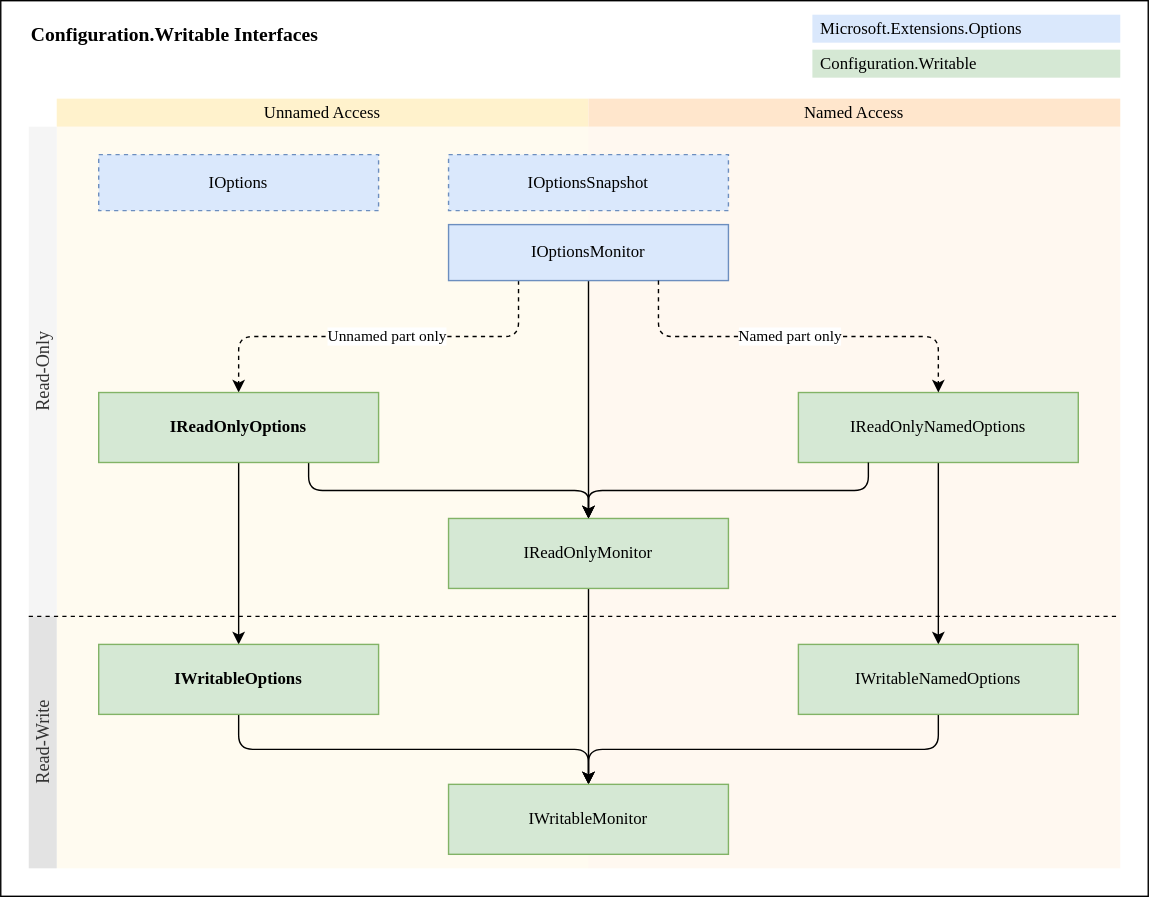
arika0093/Configuration.Writable keeps this draw.io diagram as assets/interfaces.drawio.svg. Above is the earlier version. Source tidied: cells renumbered, new cells last; positions are measured from the earlier drawing's top-left corner, leaving out a move shared by most shapes.
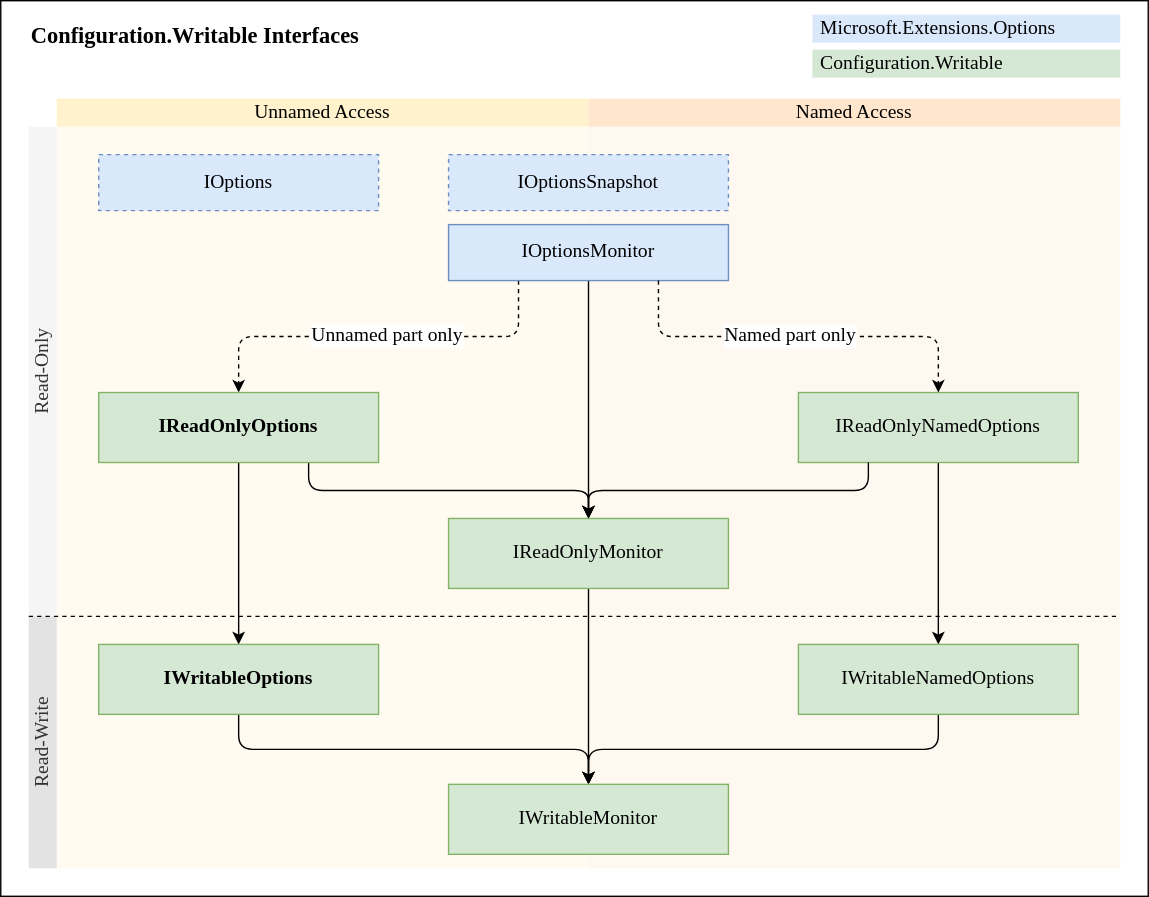
The same file after the commit.

Commit message:
Update README and SVG diagram for improved clarity and styling

- Changed image syntax in README.md for the interfaces diagram to use <img> tag with specified width.
- Updated the interfaces.drawio.svg file to enhance text readability by increasing font sizes for various elements.
- Adjusted text positioning in the SVG to maintain alignment after font size changes.

The edit, as a diff of the source:
```diff
@@ -13,16 +13,16 @@
       <mxGeometry x="420" y="90" width="380" height="530" as="geometry" />
     </mxCell>
     <mxCell id="6" value="名称未設定レイヤ" parent="0" />
-    <mxCell id="7" value="IOptions" style="rounded=0;whiteSpace=wrap;html=1;fillColor=#dae8fc;strokeColor=#6c8ebf;fontFamily=Verdana;dashed=1;" parent="6" vertex="1">
+    <mxCell id="7" value="IOptions" style="rounded=0;whiteSpace=wrap;html=1;fillColor=#dae8fc;strokeColor=#6c8ebf;fontFamily=Verdana;dashed=1;fontSize=14;" parent="6" vertex="1">
       <mxGeometry x="70" y="110" width="200" height="40" as="geometry" />
     </mxCell>
-    <mxCell id="8" value="IOptionsSnapshot" style="rounded=0;whiteSpace=wrap;html=1;fillColor=#dae8fc;strokeColor=#6c8ebf;fontFamily=Verdana;dashed=1;" parent="6" vertex="1">
+    <mxCell id="8" value="IOptionsSnapshot" style="rounded=0;whiteSpace=wrap;html=1;fillColor=#dae8fc;strokeColor=#6c8ebf;fontFamily=Verdana;dashed=1;fontSize=14;" parent="6" vertex="1">
       <mxGeometry x="320" y="110" width="200" height="40" as="geometry" />
     </mxCell>
-    <mxCell id="9" style="edgeStyle=none;html=1;exitX=0.5;exitY=1;exitDx=0;exitDy=0;entryX=0.5;entryY=0;entryDx=0;entryDy=0;fontFamily=Verdana;" parent="6" edge="1" source="11" target="22">
+    <mxCell id="9" style="edgeStyle=none;html=1;exitX=0.5;exitY=1;exitDx=0;exitDy=0;entryX=0.5;entryY=0;entryDx=0;entryDy=0;fontFamily=Verdana;fontSize=14;" parent="6" edge="1" source="11" target="22">
       <mxGeometry relative="1" as="geometry" />
     </mxCell>
-    <mxCell id="10" value="&lt;span&gt;Unnamed part only&lt;/span&gt;" style="edgeStyle=orthogonalEdgeStyle;html=1;exitX=0.25;exitY=1;exitDx=0;exitDy=0;entryX=0.5;entryY=0;entryDx=0;entryDy=0;dashed=1;fontFamily=Verdana;" parent="6" edge="1" source="11" target="14">
+    <mxCell id="10" value="&lt;span&gt;Unnamed part only&lt;/span&gt;" style="edgeStyle=orthogonalEdgeStyle;html=1;exitX=0.25;exitY=1;exitDx=0;exitDy=0;entryX=0.5;entryY=0;entryDx=0;entryDy=0;dashed=1;fontFamily=Verdana;fontSize=14;" parent="6" edge="1" source="11" target="14">
       <mxGeometry x="-0.04" relative="1" as="geometry">
         <Array as="points">
           <mxPoint x="370" y="240" />
@@ -30,46 +30,46 @@
         </Array>
       </mxGeometry>
     </mxCell>
-    <mxCell id="11" value="IOptionsMonitor" style="rounded=0;whiteSpace=wrap;html=1;fillColor=#dae8fc;strokeColor=#6c8ebf;fontFamily=Verdana;" parent="6" vertex="1">
+    <mxCell id="11" value="IOptionsMonitor" style="rounded=0;whiteSpace=wrap;html=1;fillColor=#dae8fc;strokeColor=#6c8ebf;fontFamily=Verdana;fontSize=14;" parent="6" vertex="1">
       <mxGeometry x="320" y="160" width="200" height="40" as="geometry" />
     </mxCell>
-    <mxCell id="12" style="edgeStyle=none;html=1;exitX=0.5;exitY=1;exitDx=0;exitDy=0;entryX=0.5;entryY=0;entryDx=0;entryDy=0;fontFamily=Verdana;" parent="6" edge="1" source="14" target="18">
+    <mxCell id="12" style="edgeStyle=none;html=1;exitX=0.5;exitY=1;exitDx=0;exitDy=0;entryX=0.5;entryY=0;entryDx=0;entryDy=0;fontFamily=Verdana;fontSize=14;" parent="6" edge="1" source="14" target="18">
       <mxGeometry relative="1" as="geometry" />
     </mxCell>
-    <mxCell id="13" style="edgeStyle=orthogonalEdgeStyle;html=1;exitX=0.75;exitY=1;exitDx=0;exitDy=0;entryX=0.5;entryY=0;entryDx=0;entryDy=0;fontFamily=Verdana;" parent="6" edge="1" source="14" target="22">
+    <mxCell id="13" style="edgeStyle=orthogonalEdgeStyle;html=1;exitX=0.75;exitY=1;exitDx=0;exitDy=0;entryX=0.5;entryY=0;entryDx=0;entryDy=0;fontFamily=Verdana;fontSize=14;" parent="6" edge="1" source="14" target="22">
       <mxGeometry relative="1" as="geometry" />
     </mxCell>
-    <mxCell id="14" value="IReadOnlyOptions" style="rounded=0;whiteSpace=wrap;html=1;fillColor=#d5e8d4;strokeColor=#82b366;fontFamily=Verdana;fontStyle=1;" parent="6" vertex="1">
+    <mxCell id="14" value="IReadOnlyOptions" style="rounded=0;whiteSpace=wrap;html=1;fillColor=#d5e8d4;strokeColor=#82b366;fontFamily=Verdana;fontStyle=1;fontSize=14;" parent="6" vertex="1">
       <mxGeometry x="70" y="280" width="200" height="50" as="geometry" />
     </mxCell>
-    <mxCell id="15" style="edgeStyle=none;html=1;exitX=0.5;exitY=1;exitDx=0;exitDy=0;entryX=0.5;entryY=0;entryDx=0;entryDy=0;fontFamily=Verdana;" parent="6" edge="1" source="16" target="20">
+    <mxCell id="15" style="edgeStyle=none;html=1;exitX=0.5;exitY=1;exitDx=0;exitDy=0;entryX=0.5;entryY=0;entryDx=0;entryDy=0;fontFamily=Verdana;fontSize=14;" parent="6" edge="1" source="16" target="20">
       <mxGeometry relative="1" as="geometry" />
     </mxCell>
-    <mxCell id="16" value="IReadOnlyNamedOptions" style="rounded=0;whiteSpace=wrap;html=1;fillColor=#d5e8d4;strokeColor=#82b366;fontFamily=Verdana;" parent="6" vertex="1">
+    <mxCell id="16" value="IReadOnlyNamedOptions" style="rounded=0;whiteSpace=wrap;html=1;fillColor=#d5e8d4;strokeColor=#82b366;fontFamily=Verdana;fontSize=14;" parent="6" vertex="1">
       <mxGeometry x="570" y="280" width="200" height="50" as="geometry" />
     </mxCell>
-    <mxCell id="17" style="edgeStyle=orthogonalEdgeStyle;html=1;exitX=0.5;exitY=1;exitDx=0;exitDy=0;entryX=0.5;entryY=0;entryDx=0;entryDy=0;fontFamily=Verdana;" parent="6" edge="1" source="18" target="23">
+    <mxCell id="17" style="edgeStyle=orthogonalEdgeStyle;html=1;exitX=0.5;exitY=1;exitDx=0;exitDy=0;entryX=0.5;entryY=0;entryDx=0;entryDy=0;fontFamily=Verdana;fontSize=14;" parent="6" edge="1" source="18" target="23">
       <mxGeometry relative="1" as="geometry" />
     </mxCell>
-    <mxCell id="18" value="IWritableOptions" style="rounded=0;whiteSpace=wrap;html=1;fillColor=#d5e8d4;strokeColor=#82b366;fontFamily=Verdana;fontStyle=1;" parent="6" vertex="1">
+    <mxCell id="18" value="IWritableOptions" style="rounded=0;whiteSpace=wrap;html=1;fillColor=#d5e8d4;strokeColor=#82b366;fontFamily=Verdana;fontStyle=1;fontSize=14;" parent="6" vertex="1">
       <mxGeometry x="70" y="460" width="200" height="50" as="geometry" />
     </mxCell>
-    <mxCell id="19" style="edgeStyle=orthogonalEdgeStyle;html=1;exitX=0.5;exitY=1;exitDx=0;exitDy=0;entryX=0.5;entryY=0;entryDx=0;entryDy=0;fontFamily=Verdana;" parent="6" edge="1" source="20" target="23">
+    <mxCell id="19" style="edgeStyle=orthogonalEdgeStyle;html=1;exitX=0.5;exitY=1;exitDx=0;exitDy=0;entryX=0.5;entryY=0;entryDx=0;entryDy=0;fontFamily=Verdana;fontSize=14;" parent="6" edge="1" source="20" target="23">
       <mxGeometry relative="1" as="geometry" />
     </mxCell>
-    <mxCell id="20" value="IWritableNamedOptions" style="rounded=0;whiteSpace=wrap;html=1;fillColor=#d5e8d4;strokeColor=#82b366;fontFamily=Verdana;" parent="6" vertex="1">
+    <mxCell id="20" value="IWritableNamedOptions" style="rounded=0;whiteSpace=wrap;html=1;fillColor=#d5e8d4;strokeColor=#82b366;fontFamily=Verdana;fontSize=14;" parent="6" vertex="1">
       <mxGeometry x="570" y="460" width="200" height="50" as="geometry" />
     </mxCell>
-    <mxCell id="21" style="edgeStyle=none;html=1;exitX=0.5;exitY=1;exitDx=0;exitDy=0;entryX=0.5;entryY=0;entryDx=0;entryDy=0;fontFamily=Verdana;" parent="6" edge="1" source="22" target="23">
+    <mxCell id="21" style="edgeStyle=none;html=1;exitX=0.5;exitY=1;exitDx=0;exitDy=0;entryX=0.5;entryY=0;entryDx=0;entryDy=0;fontFamily=Verdana;fontSize=14;" parent="6" edge="1" source="22" target="23">
       <mxGeometry relative="1" as="geometry" />
     </mxCell>
-    <mxCell id="22" value="IReadOnlyMonitor" style="rounded=0;whiteSpace=wrap;html=1;fillColor=#d5e8d4;strokeColor=#82b366;fontFamily=Verdana;" parent="6" vertex="1">
+    <mxCell id="22" value="IReadOnlyMonitor" style="rounded=0;whiteSpace=wrap;html=1;fillColor=#d5e8d4;strokeColor=#82b366;fontFamily=Verdana;fontSize=14;" parent="6" vertex="1">
       <mxGeometry x="320" y="370" width="200" height="50" as="geometry" />
     </mxCell>
-    <mxCell id="23" value="IWritableMonitor" style="rounded=0;whiteSpace=wrap;html=1;fillColor=#d5e8d4;strokeColor=#82b366;fontFamily=Verdana;" parent="6" vertex="1">
+    <mxCell id="23" value="IWritableMonitor" style="rounded=0;whiteSpace=wrap;html=1;fillColor=#d5e8d4;strokeColor=#82b366;fontFamily=Verdana;fontSize=14;" parent="6" vertex="1">
       <mxGeometry x="320" y="560" width="200" height="50" as="geometry" />
     </mxCell>
-    <mxCell id="24" value="&lt;span&gt;Named part only&lt;/span&gt;" style="edgeStyle=orthogonalEdgeStyle;html=1;exitX=0.75;exitY=1;exitDx=0;exitDy=0;entryX=0.5;entryY=0;entryDx=0;entryDy=0;dashed=1;fontFamily=Verdana;" parent="6" edge="1" source="11" target="16">
+    <mxCell id="24" value="&lt;span&gt;Named part only&lt;/span&gt;" style="edgeStyle=orthogonalEdgeStyle;html=1;exitX=0.75;exitY=1;exitDx=0;exitDy=0;entryX=0.5;entryY=0;entryDx=0;entryDy=0;dashed=1;fontFamily=Verdana;fontSize=14;" parent="6" edge="1" source="11" target="16">
       <mxGeometry x="-0.04" relative="1" as="geometry">
         <Array as="points">
           <mxPoint x="470" y="240" />
@@ -77,31 +77,31 @@
         </Array>
       </mxGeometry>
     </mxCell>
-    <mxCell id="25" style="edgeStyle=orthogonalEdgeStyle;html=1;exitX=0.25;exitY=1;exitDx=0;exitDy=0;entryX=0.5;entryY=0;entryDx=0;entryDy=0;fontFamily=Verdana;" parent="6" edge="1" source="16" target="22">
+    <mxCell id="25" style="edgeStyle=orthogonalEdgeStyle;html=1;exitX=0.25;exitY=1;exitDx=0;exitDy=0;entryX=0.5;entryY=0;entryDx=0;entryDy=0;fontFamily=Verdana;fontSize=14;" parent="6" edge="1" source="16" target="22">
       <mxGeometry relative="1" as="geometry" />
     </mxCell>
-    <mxCell id="26" value="Configuration.Writable Interfaces" style="text;html=1;align=left;verticalAlign=middle;whiteSpace=wrap;rounded=0;fontFamily=Verdana;fontSize=14;fontStyle=1;" parent="6" vertex="1">
+    <mxCell id="26" value="Configuration.Writable Interfaces" style="text;html=1;align=left;verticalAlign=middle;whiteSpace=wrap;rounded=0;fontFamily=Verdana;fontSize=16;fontStyle=1;" parent="6" vertex="1">
       <mxGeometry x="20" y="10" width="400" height="30" as="geometry" />
     </mxCell>
-    <mxCell id="27" value="Unnamed Access" style="text;html=1;align=center;verticalAlign=middle;whiteSpace=wrap;rounded=0;fontFamily=Verdana;fillColor=#fff2cc;strokeColor=none;" parent="6" vertex="1">
+    <mxCell id="27" value="Unnamed Access" style="text;html=1;align=center;verticalAlign=middle;whiteSpace=wrap;rounded=0;fontFamily=Verdana;fillColor=#fff2cc;strokeColor=none;fontSize=14;" parent="6" vertex="1">
       <mxGeometry x="40" y="70" width="380" height="20" as="geometry" />
     </mxCell>
-    <mxCell id="28" value="Named Access" style="text;html=1;align=center;verticalAlign=middle;whiteSpace=wrap;rounded=0;fontFamily=Verdana;fillColor=#ffe6cc;strokeColor=none;" parent="6" vertex="1">
+    <mxCell id="28" value="Named Access" style="text;html=1;align=center;verticalAlign=middle;whiteSpace=wrap;rounded=0;fontFamily=Verdana;fillColor=#ffe6cc;strokeColor=none;fontSize=14;" parent="6" vertex="1">
       <mxGeometry x="420" y="70" width="380" height="20" as="geometry" />
     </mxCell>
-    <mxCell id="29" value="Microsoft.Extensions.Options" style="text;html=1;align=left;verticalAlign=middle;whiteSpace=wrap;rounded=0;fontFamily=Verdana;fillColor=#dae8fc;strokeColor=none;spacingLeft=4;" parent="6" vertex="1">
+    <mxCell id="29" value="Microsoft.Extensions.Options" style="text;html=1;align=left;verticalAlign=middle;whiteSpace=wrap;rounded=0;fontFamily=Verdana;fillColor=#dae8fc;strokeColor=none;spacingLeft=4;fontSize=14;" parent="6" vertex="1">
       <mxGeometry x="580" y="10" width="220" height="20" as="geometry" />
     </mxCell>
-    <mxCell id="30" value="Configuration.Writable" style="text;html=1;align=left;verticalAlign=middle;whiteSpace=wrap;rounded=0;fontFamily=Verdana;fillColor=#d5e8d4;strokeColor=none;spacingLeft=4;" parent="6" vertex="1">
+    <mxCell id="30" value="Configuration.Writable" style="text;html=1;align=left;verticalAlign=middle;whiteSpace=wrap;rounded=0;fontFamily=Verdana;fillColor=#d5e8d4;strokeColor=none;spacingLeft=4;fontSize=14;" parent="6" vertex="1">
       <mxGeometry x="580" y="35" width="220" height="20" as="geometry" />
     </mxCell>
-    <mxCell id="31" value="Read-Only" style="text;html=1;align=center;verticalAlign=middle;whiteSpace=wrap;rounded=0;fontFamily=Verdana;fillColor=#f5f5f5;strokeColor=none;horizontal=0;fontStyle=0;fontColor=#333333;fontSize=13;" parent="6" vertex="1">
+    <mxCell id="31" value="Read-Only" style="text;html=1;align=center;verticalAlign=middle;whiteSpace=wrap;rounded=0;fontFamily=Verdana;fillColor=#f5f5f5;strokeColor=none;horizontal=0;fontStyle=0;fontColor=#333333;fontSize=14;" parent="6" vertex="1">
       <mxGeometry x="20" y="90" width="20" height="350" as="geometry" />
     </mxCell>
-    <mxCell id="32" value="Read-Write" style="text;html=1;align=center;verticalAlign=middle;whiteSpace=wrap;rounded=0;fontFamily=Verdana;fillColor=#E3E3E3;strokeColor=none;horizontal=0;fontStyle=0;fontColor=#333333;fontSize=13;" parent="6" vertex="1">
+    <mxCell id="32" value="Read-Write" style="text;html=1;align=center;verticalAlign=middle;whiteSpace=wrap;rounded=0;fontFamily=Verdana;fillColor=#E3E3E3;strokeColor=none;horizontal=0;fontStyle=0;fontColor=#333333;fontSize=14;" parent="6" vertex="1">
       <mxGeometry x="20" y="440" width="20" height="180" as="geometry" />
     </mxCell>
-    <mxCell id="33" style="endArrow=none;dashed=1;html=1;" parent="6" edge="1">
+    <mxCell id="33" style="endArrow=none;dashed=1;html=1;fontSize=14;" parent="6" edge="1">
       <mxGeometry relative="1" as="geometry">
         <mxPoint x="20" y="440" as="sourcePoint" />
         <mxPoint x="800" y="440" as="targetPoint" />
```
